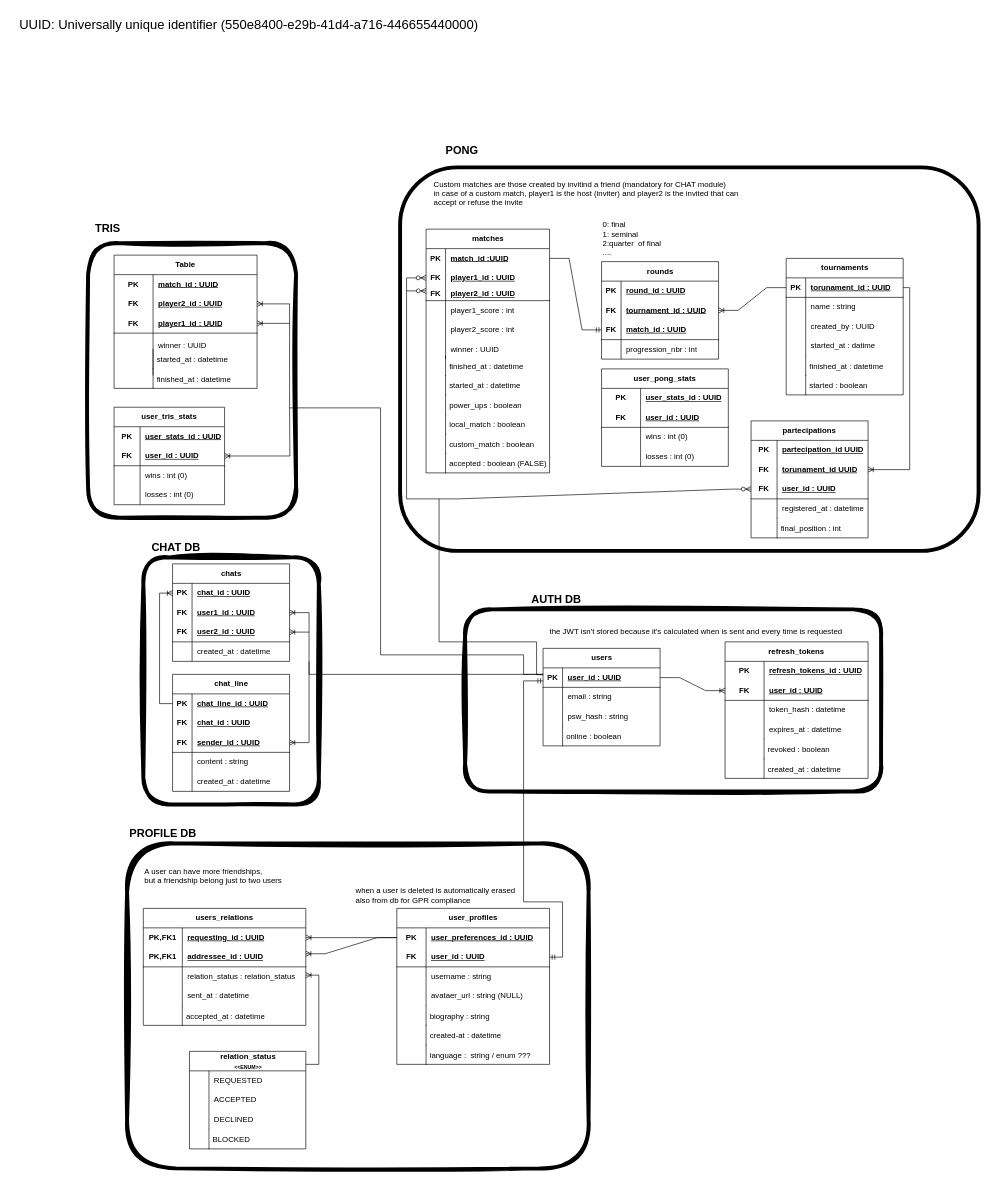
The draw.io diagram docs/backend/db_logical_design.drawio in Sheratan095/ft_transcendence, before the edit. Source tidied: cells renumbered, new cells numbered last; positions are measured from the earlier drawing's top-left corner, leaving out a move shared by most shapes. Both pictures are drawn from the tidied source at 65%, with x=0, y=0 at pixel (11, 11).
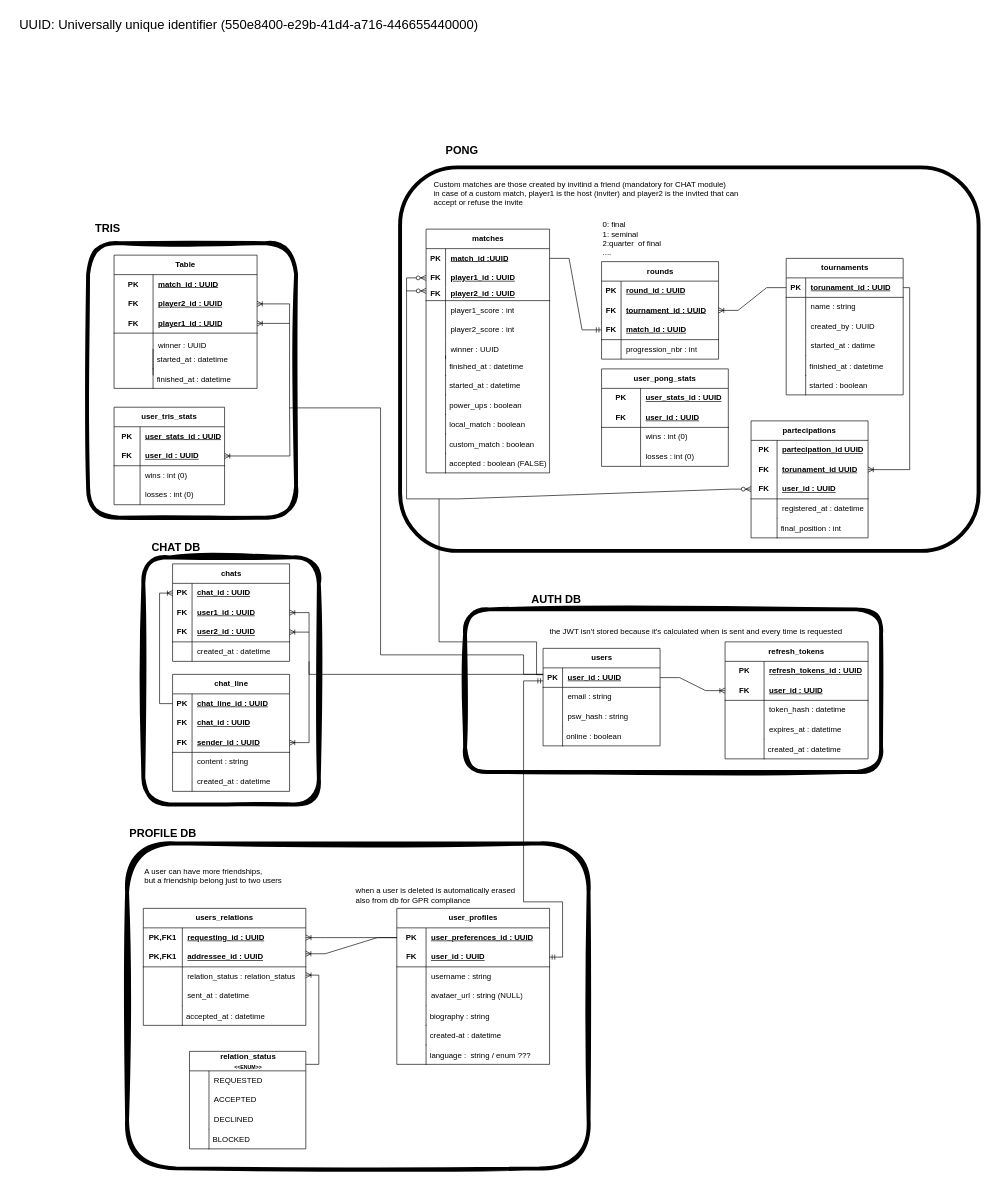
Above is the later version.

Diff of the diagram source:
```diff
@@
     <mxCell id="105" style="rounded=1;whiteSpace=wrap;html=1;strokeWidth=6;fillWeight=4;hachureGap=8;hachureAngle=45;fillColor=none;sketch=1;curveFitting=1;jiggle=2;strokeColor=light-dark(#000000,#3399FF);" parent="1" vertex="1">
-      <mxGeometry x="698" y="920" width="640" height="280" as="geometry" />
+      <mxGeometry x="698" y="920" width="640" height="250" as="geometry" />
     </mxCell>
@@
     <mxCell id="129" value="refresh_tokens" style="shape=table;startSize=30;childLayout=tableLayout;rowLines=0;fontStyle=1;align=center;html=1;whiteSpace=wrap;" parent="1" vertex="1">
-      <mxGeometry x="1098" y="970" width="220" height="210" as="geometry" />
+      <mxGeometry x="1098" y="970" width="220" height="180" as="geometry" />
     </mxCell>
@@
-    <mxCell id="142" value="revoked : boolean" style="shape=partialRectangle;fillColor=none;align=left;verticalAlign=middle;strokeColor=none;spacingLeft=34;" parent="1" vertex="1">
-      <mxGeometry x="1128" y="1120" width="90" height="30" as="geometry" />
-    </mxCell>
-    <mxCell id="143" style="shape=partialRectangle;top=0;left=0;bottom=0;fillColor=none;stokeWidth=1;align=left;verticalAlign=middle;spacingLeft=4;spacingRight=4;overflow=hidden;" parent="142" vertex="1">
-      <mxGeometry width="30" height="30" as="geometry" />
-    </mxCell>
     <mxCell id="144" value="created_at : datetime" style="shape=partialRectangle;fillColor=none;align=left;verticalAlign=middle;strokeColor=none;spacingLeft=34;" parent="1" vertex="1">
-      <mxGeometry x="1128" y="1150" width="90" height="30" as="geometry" />
+      <mxGeometry x="1128" y="1120" width="90" height="30" as="geometry" />
     </mxCell>
```
